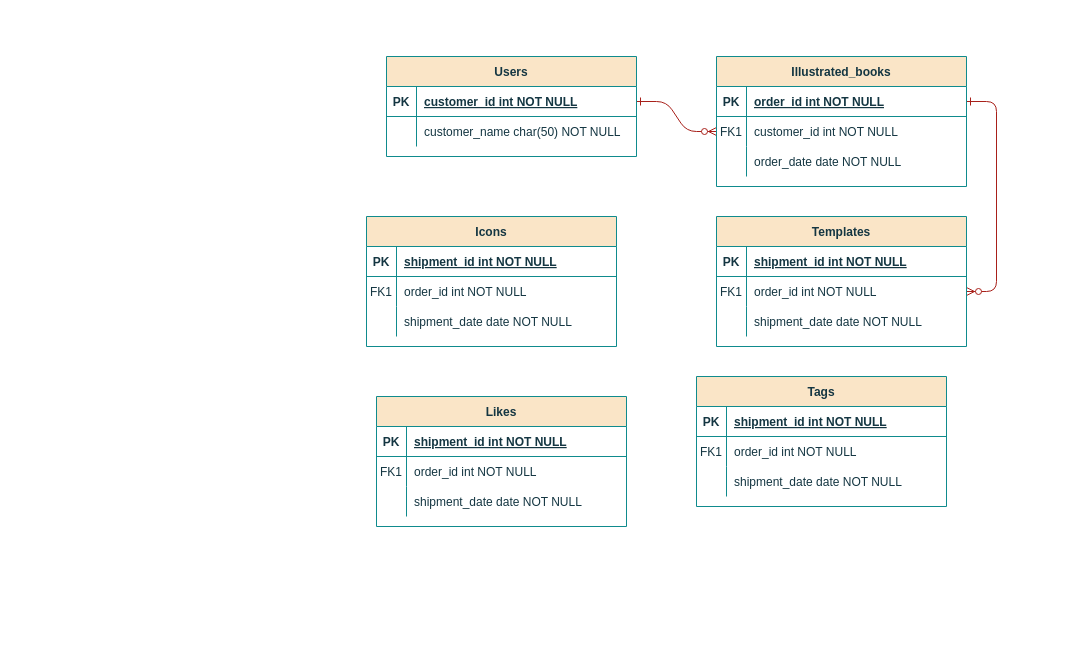
The draw.io diagram 名称未設定ファイル.drawio in furukoshi12/zukan-create, before the edit. Source tidied: cells renumbered, new cells numbered last; positions are measured from the earlier drawing's top-left corner, leaving out a move shared by most shapes. Both pictures are drawn from the tidied source at 100%, with x=0, y=0 at pixel (366, 56).
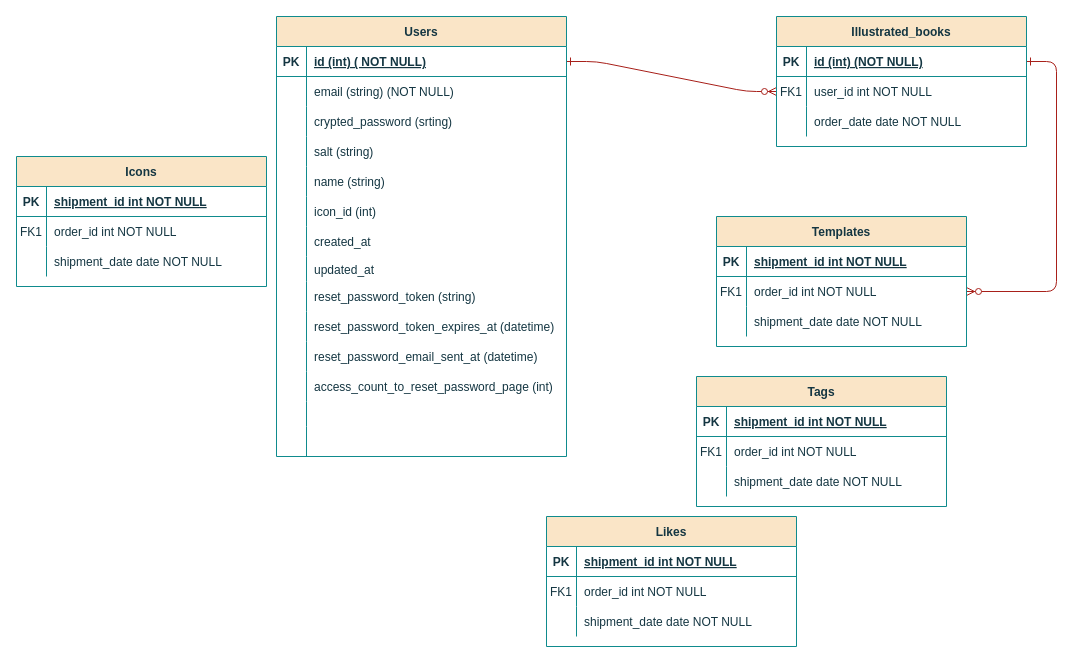
After the change.

Commit message (it also covers changes not shown here):
名称未設定ファイル.drawio を更新します

The change refers to these unchanged cells:
```xml
<mxCell id="5" style="shape=partialRectangle;fillColor=none;points=[[0,0.5],[1,0.5]];portConstraint=eastwest;top=0;left=0;right=0;bottom=1;labelBackgroundColor=none;strokeColor=#0F8B8D;fontColor=#143642;" parent="4" vertex="1">
  <mxGeometry y="30" width="250" height="30" as="geometry" />
</mxCell>
<mxCell id="8" style="shape=partialRectangle;fillColor=none;points=[[0,0.5],[1,0.5]];portConstraint=eastwest;top=0;left=0;right=0;bottom=0;labelBackgroundColor=none;strokeColor=#0F8B8D;fontColor=#143642;" parent="4" vertex="1">
  <mxGeometry y="60" width="250" height="30" as="geometry" />
</mxCell>
```

Change to the diagram source:
```diff
@@
     <mxCell id="4" value="Illustrated_books" style="shape=table;startSize=30;childLayout=tableLayout;rowLines=0;fontStyle=1;align=center;labelBackgroundColor=none;fillColor=#FAE5C7;strokeColor=#0F8B8D;fontColor=#143642;" parent="1" vertex="1">
-      <mxGeometry x="350" width="250" height="130" as="geometry" />
+      <mxGeometry x="410" y="-40" width="250" height="130" as="geometry" />
     </mxCell>
@@
-    <mxCell id="7" value="order_id int NOT NULL " style="shape=partialRectangle;overflow=hidden;fillColor=none;top=0;left=0;bottom=0;right=0;align=left;spacingLeft=6;fontStyle=5;labelBackgroundColor=none;strokeColor=#0F8B8D;fontColor=#143642;" parent="5" vertex="1">
+    <mxCell id="7" value="id (int) (NOT NULL)" style="shape=partialRectangle;overflow=hidden;fillColor=none;top=0;left=0;bottom=0;right=0;align=left;spacingLeft=6;fontStyle=5;labelBackgroundColor=none;strokeColor=#0F8B8D;fontColor=#143642;" parent="5" vertex="1">
       <mxGeometry x="30" width="220" height="30" as="geometry" />
     </mxCell>
@@
-    <mxCell id="10" value="customer_id int NOT NULL" style="shape=partialRectangle;overflow=hidden;fillColor=none;top=0;left=0;bottom=0;right=0;align=left;spacingLeft=6;labelBackgroundColor=none;strokeColor=#0F8B8D;fontColor=#143642;" parent="8" vertex="1">
+    <mxCell id="10" value="user_id int NOT NULL" style="shape=partialRectangle;overflow=hidden;fillColor=none;top=0;left=0;bottom=0;right=0;align=left;spacingLeft=6;labelBackgroundColor=none;strokeColor=#0F8B8D;fontColor=#143642;" parent="8" vertex="1">
       <mxGeometry x="30" width="220" height="30" as="geometry" />
     </mxCell>
@@
     <mxCell id="24" value="Users" style="shape=table;startSize=30;childLayout=tableLayout;rowLines=0;fontStyle=1;align=center;labelBackgroundColor=none;fillColor=#FAE5C7;strokeColor=#0F8B8D;fontColor=#143642;" parent="1" vertex="1">
-      <mxGeometry x="20" width="250" height="100" as="geometry" />
+      <mxGeometry x="-90" y="-40" width="290" height="440" as="geometry" />
     </mxCell>
     <mxCell id="25" style="shape=partialRectangle;fillColor=none;points=[[0,0.5],[1,0.5]];portConstraint=eastwest;top=0;left=0;right=0;bottom=1;labelBackgroundColor=none;strokeColor=#0F8B8D;fontColor=#143642;" parent="24" vertex="1">
-      <mxGeometry y="30" width="250" height="30" as="geometry" />
+      <mxGeometry y="30" width="290" height="30" as="geometry" />
     </mxCell>
@@
-    <mxCell id="27" value="customer_id int NOT NULL " style="shape=partialRectangle;overflow=hidden;fillColor=none;top=0;left=0;bottom=0;right=0;align=left;spacingLeft=6;fontStyle=5;labelBackgroundColor=none;strokeColor=#0F8B8D;fontColor=#143642;" parent="25" vertex="1">
-      <mxGeometry x="30" width="220" height="30" as="geometry" />
+    <mxCell id="27" value="id (int) ( NOT NULL)" style="shape=partialRectangle;overflow=hidden;fillColor=none;top=0;left=0;bottom=0;right=0;align=left;spacingLeft=6;fontStyle=5;labelBackgroundColor=none;strokeColor=#0F8B8D;fontColor=#143642;" parent="25" vertex="1">
+      <mxGeometry x="30" width="260" height="30" as="geometry" />
     </mxCell>
     <mxCell id="28" style="shape=partialRectangle;fillColor=none;top=0;left=0;right=0;bottom=0;labelBackgroundColor=none;strokeColor=#0F8B8D;fontColor=#143642;" parent="24" vertex="1">
-      <mxGeometry y="60" width="250" height="30" as="geometry" />
+      <mxGeometry y="60" width="290" height="30" as="geometry" />
     </mxCell>
@@
-    <mxCell id="30" value="customer_name char(50) NOT NULL" style="shape=partialRectangle;overflow=hidden;fillColor=none;top=0;left=0;bottom=0;right=0;align=left;spacingLeft=6;labelBackgroundColor=none;strokeColor=#0F8B8D;fontColor=#143642;" parent="28" vertex="1">
-      <mxGeometry x="30" width="220" height="30" as="geometry" />
+    <mxCell id="30" value="email (string) (NOT NULL)" style="shape=partialRectangle;overflow=hidden;fillColor=none;top=0;left=0;bottom=0;right=0;align=left;spacingLeft=6;labelBackgroundColor=none;strokeColor=#0F8B8D;fontColor=#143642;" parent="28" vertex="1">
+      <mxGeometry x="30" width="260" height="30" as="geometry" />
     </mxCell>
+    <mxCell id="61" style="shape=partialRectangle;fillColor=none;top=0;left=0;right=0;bottom=0;labelBackgroundColor=none;strokeColor=#0F8B8D;fontColor=#143642;" parent="24" vertex="1">
+      <mxGeometry y="90" width="290" height="30" as="geometry" />
+    </mxCell>
+    <mxCell id="62" style="shape=partialRectangle;overflow=hidden;fillColor=none;top=0;left=0;bottom=0;right=0;labelBackgroundColor=none;strokeColor=#0F8B8D;fontColor=#143642;" parent="61" vertex="1">
+      <mxGeometry width="30" height="30" as="geometry" />
+    </mxCell>
+    <mxCell id="63" value="crypted_password (srting)" style="shape=partialRectangle;overflow=hidden;fillColor=none;top=0;left=0;bottom=0;right=0;align=left;spacingLeft=6;labelBackgroundColor=none;strokeColor=#0F8B8D;fontColor=#143642;" parent="61" vertex="1">
+      <mxGeometry x="30" width="260" height="30" as="geometry" />
+    </mxCell>
+    <mxCell id="64" style="shape=partialRectangle;fillColor=none;top=0;left=0;right=0;bottom=0;labelBackgroundColor=none;strokeColor=#0F8B8D;fontColor=#143642;" parent="24" vertex="1">
+      <mxGeometry y="120" width="290" height="30" as="geometry" />
+    </mxCell>
+    <mxCell id="65" style="shape=partialRectangle;overflow=hidden;fillColor=none;top=0;left=0;bottom=0;right=0;labelBackgroundColor=none;strokeColor=#0F8B8D;fontColor=#143642;" parent="64" vertex="1">
+      <mxGeometry width="30" height="30" as="geometry" />
+    </mxCell>
+    <mxCell id="66" value="salt (string)" style="shape=partialRectangle;overflow=hidden;fillColor=none;top=0;left=0;bottom=0;right=0;align=left;spacingLeft=6;labelBackgroundColor=none;strokeColor=#0F8B8D;fontColor=#143642;" parent="64" vertex="1">
+      <mxGeometry x="30" width="260" height="30" as="geometry" />
+    </mxCell>
+    <mxCell id="67" style="shape=partialRectangle;fillColor=none;top=0;left=0;right=0;bottom=0;labelBackgroundColor=none;strokeColor=#0F8B8D;fontColor=#143642;" parent="24" vertex="1">
+      <mxGeometry y="150" width="290" height="30" as="geometry" />
+    </mxCell>
+    <mxCell id="68" style="shape=partialRectangle;overflow=hidden;fillColor=none;top=0;left=0;bottom=0;right=0;labelBackgroundColor=none;strokeColor=#0F8B8D;fontColor=#143642;" parent="67" vertex="1">
+      <mxGeometry width="30" height="30" as="geometry" />
+    </mxCell>
+    <mxCell id="69" value="name (string)" style="shape=partialRectangle;overflow=hidden;fillColor=none;top=0;left=0;bottom=0;right=0;align=left;spacingLeft=6;labelBackgroundColor=none;strokeColor=#0F8B8D;fontColor=#143642;" parent="67" vertex="1">
+      <mxGeometry x="30" width="260" height="30" as="geometry" />
+    </mxCell>
+    <mxCell id="70" style="shape=partialRectangle;fillColor=none;top=0;left=0;right=0;bottom=0;labelBackgroundColor=none;strokeColor=#0F8B8D;fontColor=#143642;" parent="24" vertex="1">
+      <mxGeometry y="180" width="290" height="30" as="geometry" />
+    </mxCell>
+    <mxCell id="71" style="shape=partialRectangle;overflow=hidden;fillColor=none;top=0;left=0;bottom=0;right=0;labelBackgroundColor=none;strokeColor=#0F8B8D;fontColor=#143642;" parent="70" vertex="1">
+      <mxGeometry width="30" height="30" as="geometry" />
+    </mxCell>
+    <mxCell id="72" value="icon_id (int)" style="shape=partialRectangle;overflow=hidden;fillColor=none;top=0;left=0;bottom=0;right=0;align=left;spacingLeft=6;labelBackgroundColor=none;strokeColor=#0F8B8D;fontColor=#143642;" parent="70" vertex="1">
+      <mxGeometry x="30" width="260" height="30" as="geometry" />
+    </mxCell>
+    <mxCell id="73" style="shape=partialRectangle;fillColor=none;top=0;left=0;right=0;bottom=0;labelBackgroundColor=none;strokeColor=#0F8B8D;fontColor=#143642;" parent="24" vertex="1">
+      <mxGeometry y="210" width="290" height="30" as="geometry" />
+    </mxCell>
+    <mxCell id="74" style="shape=partialRectangle;overflow=hidden;fillColor=none;top=0;left=0;bottom=0;right=0;labelBackgroundColor=none;strokeColor=#0F8B8D;fontColor=#143642;" parent="73" vertex="1">
+      <mxGeometry width="30" height="30" as="geometry" />
+    </mxCell>
+    <mxCell id="75" value="created_at" style="shape=partialRectangle;overflow=hidden;fillColor=none;top=0;left=0;bottom=0;right=0;align=left;spacingLeft=6;labelBackgroundColor=none;strokeColor=#0F8B8D;fontColor=#143642;" parent="73" vertex="1">
+      <mxGeometry x="30" width="260" height="30" as="geometry" />
+    </mxCell>
+    <mxCell id="76" style="shape=partialRectangle;fillColor=none;top=0;left=0;right=0;bottom=0;labelBackgroundColor=none;strokeColor=#0F8B8D;fontColor=#143642;" parent="24" vertex="1">
+      <mxGeometry y="240" width="290" height="25" as="geometry" />
+    </mxCell>
+    <mxCell id="77" style="shape=partialRectangle;overflow=hidden;fillColor=none;top=0;left=0;bottom=0;right=0;labelBackgroundColor=none;strokeColor=#0F8B8D;fontColor=#143642;" parent="76" vertex="1">
+      <mxGeometry width="30" height="25" as="geometry" />
+    </mxCell>
+    <mxCell id="78" value="updated_at" style="shape=partialRectangle;overflow=hidden;fillColor=none;top=0;left=0;bottom=0;right=0;align=left;spacingLeft=6;labelBackgroundColor=none;strokeColor=#0F8B8D;fontColor=#143642;" parent="76" vertex="1">
+      <mxGeometry x="30" width="260" height="25" as="geometry" />
+    </mxCell>
+    <mxCell id="79" style="shape=partialRectangle;fillColor=none;top=0;left=0;right=0;bottom=0;labelBackgroundColor=none;strokeColor=#0F8B8D;fontColor=#143642;" parent="24" vertex="1">
+      <mxGeometry y="265" width="290" height="30" as="geometry" />
+    </mxCell>
+    <mxCell id="80" style="shape=partialRectangle;overflow=hidden;fillColor=none;top=0;left=0;bottom=0;right=0;labelBackgroundColor=none;strokeColor=#0F8B8D;fontColor=#143642;" parent="79" vertex="1">
+      <mxGeometry width="30" height="30" as="geometry" />
+    </mxCell>
+    <mxCell id="81" value="reset_password_token (string)" style="shape=partialRectangle;overflow=hidden;fillColor=none;top=0;left=0;bottom=0;right=0;align=left;spacingLeft=6;labelBackgroundColor=none;strokeColor=#0F8B8D;fontColor=#143642;" parent="79" vertex="1">
+      <mxGeometry x="30" width="260" height="30" as="geometry" />
+    </mxCell>
+    <mxCell id="82" style="shape=partialRectangle;fillColor=none;top=0;left=0;right=0;bottom=0;labelBackgroundColor=none;strokeColor=#0F8B8D;fontColor=#143642;" parent="24" vertex="1">
+      <mxGeometry y="295" width="290" height="30" as="geometry" />
+    </mxCell>
+    <mxCell id="83" style="shape=partialRectangle;overflow=hidden;fillColor=none;top=0;left=0;bottom=0;right=0;labelBackgroundColor=none;strokeColor=#0F8B8D;fontColor=#143642;" parent="82" vertex="1">
+      <mxGeometry width="30" height="30" as="geometry" />
+    </mxCell>
+    <mxCell id="84" value="reset_password_token_expires_at (datetime)" style="shape=partialRectangle;overflow=hidden;fillColor=none;top=0;left=0;bottom=0;right=0;align=left;spacingLeft=6;labelBackgroundColor=none;strokeColor=#0F8B8D;fontColor=#143642;" parent="82" vertex="1">
+      <mxGeometry x="30" width="260" height="30" as="geometry" />
+    </mxCell>
+    <mxCell id="85" style="shape=partialRectangle;fillColor=none;top=0;left=0;right=0;bottom=0;labelBackgroundColor=none;strokeColor=#0F8B8D;fontColor=#143642;" parent="24" vertex="1">
+      <mxGeometry y="325" width="290" height="30" as="geometry" />
+    </mxCell>
+    <mxCell id="86" style="shape=partialRectangle;overflow=hidden;fillColor=none;top=0;left=0;bottom=0;right=0;labelBackgroundColor=none;strokeColor=#0F8B8D;fontColor=#143642;" parent="85" vertex="1">
+      <mxGeometry width="30" height="30" as="geometry" />
+    </mxCell>
+    <mxCell id="87" value="reset_password_email_sent_at (datetime)" style="shape=partialRectangle;overflow=hidden;fillColor=none;top=0;left=0;bottom=0;right=0;align=left;spacingLeft=6;labelBackgroundColor=none;strokeColor=#0F8B8D;fontColor=#143642;" parent="85" vertex="1">
+      <mxGeometry x="30" width="260" height="30" as="geometry" />
+    </mxCell>
+    <mxCell id="88" style="shape=partialRectangle;fillColor=none;top=0;left=0;right=0;bottom=0;labelBackgroundColor=none;strokeColor=#0F8B8D;fontColor=#143642;" parent="24" vertex="1">
+      <mxGeometry y="355" width="290" height="30" as="geometry" />
+    </mxCell>
+    <mxCell id="89" style="shape=partialRectangle;overflow=hidden;fillColor=none;top=0;left=0;bottom=0;right=0;labelBackgroundColor=none;strokeColor=#0F8B8D;fontColor=#143642;" parent="88" vertex="1">
+      <mxGeometry width="30" height="30" as="geometry" />
+    </mxCell>
+    <mxCell id="90" value="access_count_to_reset_password_page (int)" style="shape=partialRectangle;overflow=hidden;fillColor=none;top=0;left=0;bottom=0;right=0;align=left;spacingLeft=6;labelBackgroundColor=none;strokeColor=#0F8B8D;fontColor=#143642;" parent="88" vertex="1">
+      <mxGeometry x="30" width="260" height="30" as="geometry" />
+    </mxCell>
+    <mxCell id="91" style="shape=partialRectangle;fillColor=none;top=0;left=0;right=0;bottom=0;labelBackgroundColor=none;strokeColor=#0F8B8D;fontColor=#143642;" parent="24" vertex="1">
+      <mxGeometry y="385" width="290" height="25" as="geometry" />
+    </mxCell>
+    <mxCell id="92" style="shape=partialRectangle;overflow=hidden;fillColor=none;top=0;left=0;bottom=0;right=0;labelBackgroundColor=none;strokeColor=#0F8B8D;fontColor=#143642;" parent="91" vertex="1">
+      <mxGeometry width="30" height="25" as="geometry" />
+    </mxCell>
+    <mxCell id="93" style="shape=partialRectangle;overflow=hidden;fillColor=none;top=0;left=0;bottom=0;right=0;align=left;spacingLeft=6;labelBackgroundColor=none;strokeColor=#0F8B8D;fontColor=#143642;" parent="91" vertex="1">
+      <mxGeometry x="30" width="260" height="25" as="geometry" />
+    </mxCell>
+    <mxCell id="94" style="shape=partialRectangle;fillColor=none;top=0;left=0;right=0;bottom=0;labelBackgroundColor=none;strokeColor=#0F8B8D;fontColor=#143642;" parent="24" vertex="1">
+      <mxGeometry y="410" width="290" height="30" as="geometry" />
+    </mxCell>
+    <mxCell id="95" style="shape=partialRectangle;overflow=hidden;fillColor=none;top=0;left=0;bottom=0;right=0;labelBackgroundColor=none;strokeColor=#0F8B8D;fontColor=#143642;" parent="94" vertex="1">
+      <mxGeometry width="30" height="30" as="geometry" />
+    </mxCell>
+    <mxCell id="96" style="shape=partialRectangle;overflow=hidden;fillColor=none;top=0;left=0;bottom=0;right=0;align=left;spacingLeft=6;labelBackgroundColor=none;strokeColor=#0F8B8D;fontColor=#143642;" parent="94" vertex="1">
+      <mxGeometry x="30" width="260" height="30" as="geometry" />
+    </mxCell>
     <mxCell id="31" value="Icons" style="shape=table;startSize=30;childLayout=tableLayout;rowLines=0;fontStyle=1;align=center;labelBackgroundColor=none;fillColor=#FAE5C7;strokeColor=#0F8B8D;fontColor=#143642;" parent="1" vertex="1">
-      <mxGeometry y="160" width="250" height="130" as="geometry" />
+      <mxGeometry x="-350" y="100" width="250" height="130" as="geometry" />
     </mxCell>
@@
     <mxCell id="41" value="Likes" style="shape=table;startSize=30;childLayout=tableLayout;rowLines=0;fontStyle=1;align=center;labelBackgroundColor=none;fillColor=#FAE5C7;strokeColor=#0F8B8D;fontColor=#143642;" parent="1" vertex="1">
-      <mxGeometry x="10" y="340" width="250" height="130" as="geometry" />
+      <mxGeometry x="180" y="460" width="250" height="130" as="geometry" />
     </mxCell>
@@
+    <mxCell id="97" style="shape=partialRectangle;fillColor=none;top=0;left=0;right=0;bottom=0;labelBackgroundColor=none;strokeColor=#0F8B8D;fontColor=#143642;" parent="1" vertex="1">
+      <mxGeometry x="20" y="100" width="250" height="30" as="geometry" />
+    </mxCell>
+    <mxCell id="98" style="shape=partialRectangle;overflow=hidden;fillColor=none;top=0;left=0;bottom=0;right=0;labelBackgroundColor=none;strokeColor=#0F8B8D;fontColor=#143642;" parent="97" vertex="1">
+      <mxGeometry width="30" height="30" as="geometry" />
+    </mxCell>
```
